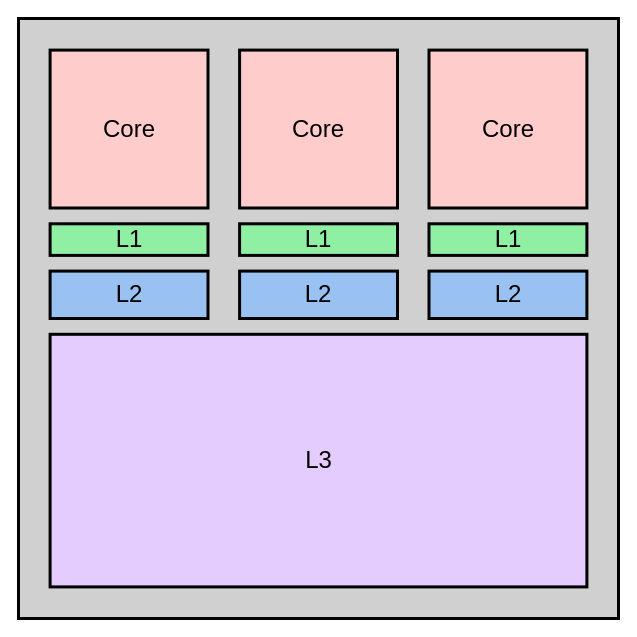
Earlier version of the draw.io diagram Presentation/Figs/Source/CPUs.drawio (scrufulufugus/tdr-inverse-materials). Source tidied: cells renumbered, new cells numbered last; positions are measured from the earlier drawing's top-left corner, leaving out a move shared by most shapes. Both pictures are drawn from the tidied source at 100%, with x=0, y=0 at pixel (18, 18).
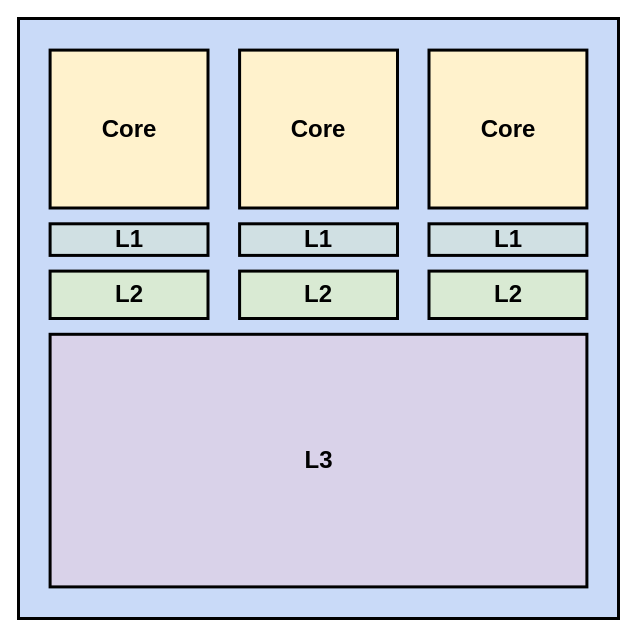
Above is the later version.

Diff of the diagram source:
```diff
@@
 <mxGraphModel>
   <root>
     <mxCell id="0" />
     <mxCell id="1" parent="0" />
-    <mxCell id="2" style="group;fontFamily=DMCA Sans Serif;" parent="1" vertex="1">
+    <mxCell id="2" style="group;fontFamily=DMCA Sans Serif;fontStyle=1;" parent="1" vertex="1">
       <mxGeometry width="600" height="600" as="geometry" />
     </mxCell>
-    <mxCell id="3" style="rounded=0;whiteSpace=wrap;html=1;strokeWidth=3;fontFamily=DMCA Sans Serif;fontSize=24;fillColor=#D0D0D0;" parent="2" vertex="1">
+    <mxCell id="3" style="rounded=0;whiteSpace=wrap;html=1;strokeWidth=3;fontFamily=DMCA Sans Serif;fontSize=24;fillColor=#C9DAF8;fontStyle=1;" parent="2" vertex="1">
       <mxGeometry width="600" height="600" as="geometry" />
     </mxCell>
-    <mxCell id="4" value="Core" style="rounded=0;whiteSpace=wrap;html=1;strokeWidth=3;fillColor=#FFCCCC;fontFamily=DMCA Sans Serif;fontSize=24;" parent="2" vertex="1">
+    <mxCell id="4" value="Core" style="rounded=0;whiteSpace=wrap;html=1;strokeWidth=3;fillColor=#FFF2CC;fontFamily=DMCA Sans Serif;fontSize=24;fontStyle=1;" parent="2" vertex="1">
       <mxGeometry x="31.6" y="31.6" width="157.9" height="157.9" as="geometry" />
     </mxCell>
-    <mxCell id="5" value="Core" style="rounded=0;whiteSpace=wrap;html=1;strokeWidth=3;fillColor=#FFCCCC;fontFamily=DMCA Sans Serif;fontSize=24;" parent="2" vertex="1">
+    <mxCell id="5" value="Core" style="rounded=0;whiteSpace=wrap;html=1;strokeWidth=3;fillColor=#FFF2CC;fontFamily=DMCA Sans Serif;fontSize=24;fontStyle=1;" parent="2" vertex="1">
       <mxGeometry x="221.1" y="31.6" width="157.9" height="157.9" as="geometry" />
     </mxCell>
-    <mxCell id="6" value="Core" style="rounded=0;whiteSpace=wrap;html=1;strokeWidth=3;fillColor=#FFCCCC;fontFamily=DMCA Sans Serif;fontSize=24;" parent="2" vertex="1">
+    <mxCell id="6" value="Core" style="rounded=0;whiteSpace=wrap;html=1;strokeWidth=3;fillColor=#FFF2CC;fontFamily=DMCA Sans Serif;fontSize=24;fontStyle=1;" parent="2" vertex="1">
       <mxGeometry x="410.5" y="31.6" width="157.9" height="157.9" as="geometry" />
     </mxCell>
-    <mxCell id="7" value="L1" style="rounded=0;whiteSpace=wrap;html=1;strokeWidth=3;fillColor=#8ff0a4;fontFamily=DMCA Sans Serif;fontSize=24;" parent="2" vertex="1">
+    <mxCell id="7" value="L1" style="rounded=0;whiteSpace=wrap;html=1;strokeWidth=3;fillColor=#D0E0E3;fontFamily=DMCA Sans Serif;fontSize=24;fontStyle=1;" parent="2" vertex="1">
       <mxGeometry x="31.6" y="205.3" width="157.9" height="31.6" as="geometry" />
     </mxCell>
-    <mxCell id="8" value="L1" style="rounded=0;whiteSpace=wrap;html=1;strokeWidth=3;fillColor=#8ff0a4;fontFamily=DMCA Sans Serif;fontSize=24;" parent="2" vertex="1">
+    <mxCell id="8" value="L1" style="rounded=0;whiteSpace=wrap;html=1;strokeWidth=3;fillColor=#D0E0E3;fontFamily=DMCA Sans Serif;fontSize=24;fontStyle=1;" parent="2" vertex="1">
       <mxGeometry x="221.1" y="205.3" width="157.9" height="31.6" as="geometry" />
     </mxCell>
-    <mxCell id="9" value="L1" style="rounded=0;whiteSpace=wrap;html=1;strokeWidth=3;fillColor=#8ff0a4;fontFamily=DMCA Sans Serif;fontSize=24;" parent="2" vertex="1">
+    <mxCell id="9" value="L1" style="rounded=0;whiteSpace=wrap;html=1;strokeWidth=3;fillColor=#D0E0E3;fontFamily=DMCA Sans Serif;fontSize=24;fontStyle=1;" parent="2" vertex="1">
       <mxGeometry x="410.5" y="205.3" width="157.9" height="31.6" as="geometry" />
     </mxCell>
-    <mxCell id="10" value="L2" style="rounded=0;whiteSpace=wrap;html=1;strokeWidth=3;fillColor=#99c1f1;fontFamily=DMCA Sans Serif;fontSize=24;" parent="2" vertex="1">
+    <mxCell id="10" value="L2" style="rounded=0;whiteSpace=wrap;html=1;strokeWidth=3;fillColor=#D9EAD3;fontFamily=DMCA Sans Serif;fontSize=24;fontStyle=1;" parent="2" vertex="1">
       <mxGeometry x="31.6" y="252.6" width="157.9" height="47.4" as="geometry" />
     </mxCell>
-    <mxCell id="11" value="L2" style="rounded=0;whiteSpace=wrap;html=1;strokeWidth=3;fillColor=#99c1f1;fontFamily=DMCA Sans Serif;fontSize=24;" parent="2" vertex="1">
+    <mxCell id="11" value="L2" style="rounded=0;whiteSpace=wrap;html=1;strokeWidth=3;fillColor=#D9EAD3;fontFamily=DMCA Sans Serif;fontSize=24;fontStyle=1;" parent="2" vertex="1">
       <mxGeometry x="221.1" y="252.6" width="157.9" height="47.4" as="geometry" />
     </mxCell>
-    <mxCell id="12" value="L2" style="rounded=0;whiteSpace=wrap;html=1;strokeWidth=3;fillColor=#99c1f1;fontFamily=DMCA Sans Serif;fontSize=24;" parent="2" vertex="1">
+    <mxCell id="12" value="L2" style="rounded=0;whiteSpace=wrap;html=1;strokeWidth=3;fillColor=#D9EAD3;fontFamily=DMCA Sans Serif;fontSize=24;fontStyle=1;" parent="2" vertex="1">
       <mxGeometry x="410.5" y="252.6" width="157.9" height="47.4" as="geometry" />
     </mxCell>
-    <mxCell id="13" value="L3" style="rounded=0;whiteSpace=wrap;html=1;strokeWidth=3;fillColor=#E5CCFF;fontFamily=DMCA Sans Serif;fontSize=24;" parent="2" vertex="1">
+    <mxCell id="13" value="L3" style="rounded=0;whiteSpace=wrap;html=1;strokeWidth=3;fillColor=#D9D2E9;fontFamily=DMCA Sans Serif;fontSize=24;fontStyle=1;" parent="2" vertex="1">
       <mxGeometry x="31.6" y="315.8" width="536.8" height="252.6" as="geometry" />
     </mxCell>
   </root>
 </mxGraphModel>
```
